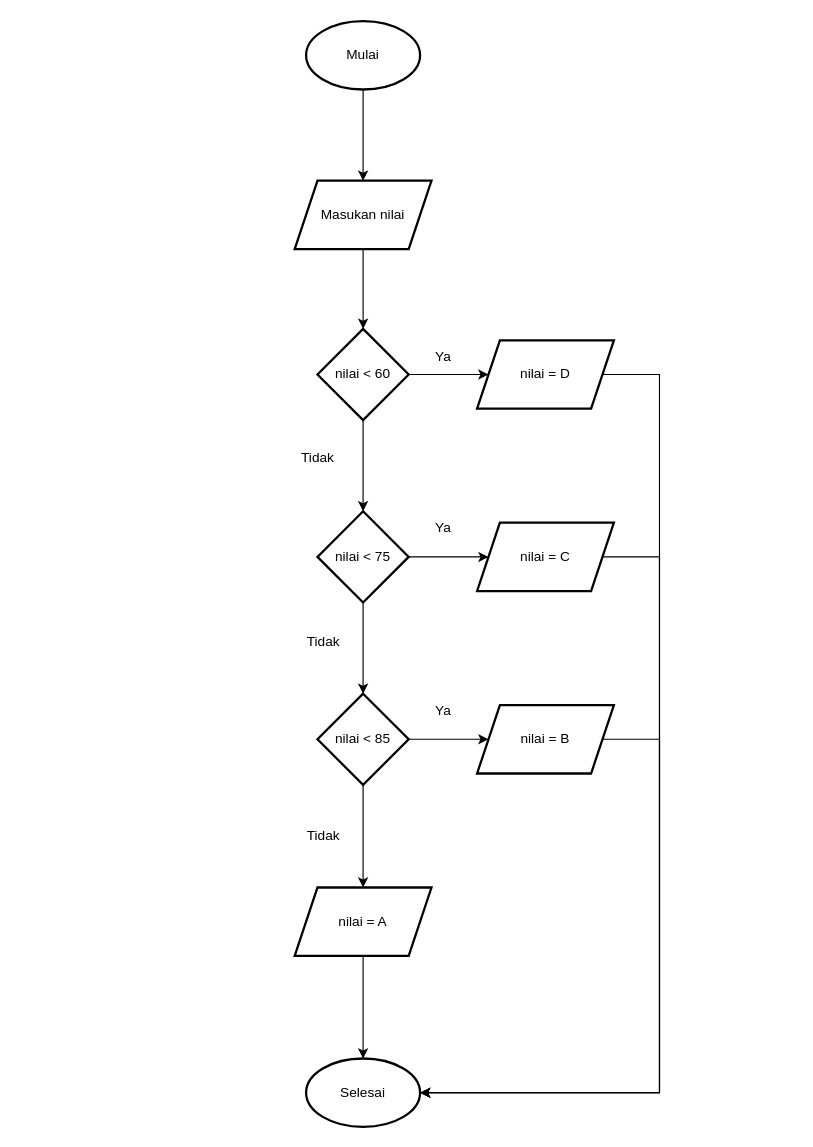
Above: page "Task Nilai" (2 of 3) of flowchart.drawio in lukymulana/flowchart (draw.io), before the change. Source tidied: cells renumbered, new cells numbered last; positions are measured from the earlier drawing's top-left corner, leaving out a move shared by most shapes. Both pictures are drawn from the tidied source at 114%, with x=0, y=0 at pixel (288, 21).
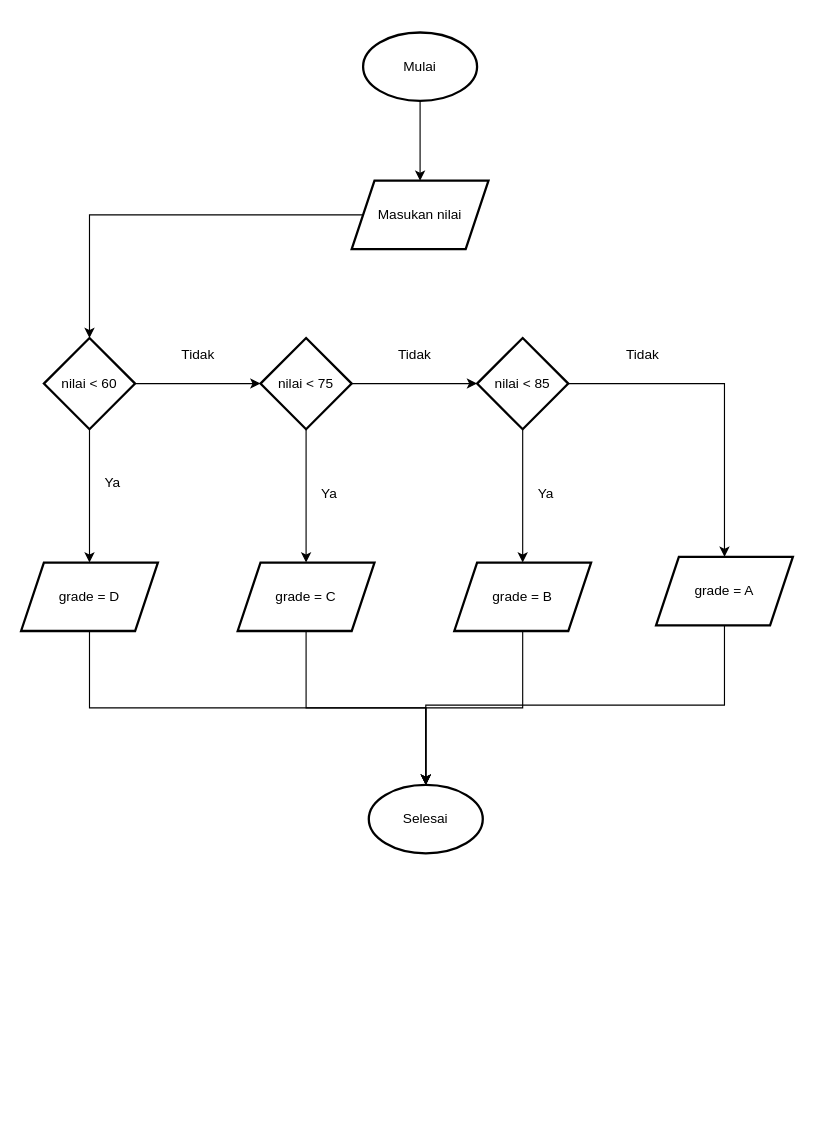
The same page after the edit.

Change to the diagram source:
```diff
@@
     <mxCell id="3" value="Mulai" style="strokeWidth=2;html=1;shape=mxgraph.flowchart.start_1;whiteSpace=wrap;" parent="1" vertex="1">
-      <mxGeometry x="15" width="100" height="60" as="geometry" />
+      <mxGeometry x="65" y="10" width="100" height="60" as="geometry" />
     </mxCell>
@@
     <mxCell id="5" value="Masukan nilai" style="shape=parallelogram;perimeter=parallelogramPerimeter;whiteSpace=wrap;html=1;fixedSize=1;strokeWidth=2;" parent="1" vertex="1">
-      <mxGeometry x="5" y="140" width="120" height="60" as="geometry" />
+      <mxGeometry x="55" y="140" width="120" height="60" as="geometry" />
     </mxCell>
@@
     <mxCell id="8" value="nilai &amp;lt; 60" style="rhombus;whiteSpace=wrap;html=1;strokeWidth=2;" parent="1" vertex="1">
-      <mxGeometry x="25" y="270" width="80" height="80" as="geometry" />
+      <mxGeometry x="-215" y="278" width="80" height="80" as="geometry" />
     </mxCell>
@@
     <mxCell id="11" value="nilai &amp;lt; 75" style="rhombus;whiteSpace=wrap;html=1;strokeWidth=2;" parent="1" vertex="1">
-      <mxGeometry x="25" y="430" width="80" height="80" as="geometry" />
+      <mxGeometry x="-25" y="278" width="80" height="80" as="geometry" />
     </mxCell>
+    <mxCell id="21" style="edgeStyle=orthogonalEdgeStyle;rounded=0;jettySize=auto;html=1;exitX=0.5;exitY=1;exitDx=0;exitDy=0;" parent="1" edge="1" source="12" target="20">
+      <mxGeometry relative="1" as="geometry" />
+    </mxCell>
-    <mxCell id="12" value="nilai = D" style="shape=parallelogram;perimeter=parallelogramPerimeter;whiteSpace=wrap;html=1;fixedSize=1;strokeWidth=2;" parent="1" vertex="1">
-      <mxGeometry x="165" y="280" width="120" height="60" as="geometry" />
+    <mxCell id="12" value="grade = D" style="shape=parallelogram;perimeter=parallelogramPerimeter;whiteSpace=wrap;html=1;fixedSize=1;strokeWidth=2;" parent="1" vertex="1">
+      <mxGeometry x="-235" y="475" width="120" height="60" as="geometry" />
     </mxCell>
-    <mxCell id="13" value="nilai = C" style="shape=parallelogram;perimeter=parallelogramPerimeter;whiteSpace=wrap;html=1;fixedSize=1;strokeWidth=2;" parent="1" vertex="1">
-      <mxGeometry x="165" y="440" width="120" height="60" as="geometry" />
+    <mxCell id="13" value="grade = C" style="shape=parallelogram;perimeter=parallelogramPerimeter;whiteSpace=wrap;html=1;fixedSize=1;strokeWidth=2;" parent="1" vertex="1">
+      <mxGeometry x="-45" y="475" width="120" height="60" as="geometry" />
     </mxCell>
@@
     <mxCell id="16" value="nilai &amp;lt; 85" style="rhombus;whiteSpace=wrap;html=1;strokeWidth=2;" parent="1" vertex="1">
-      <mxGeometry x="25" y="590" width="80" height="80" as="geometry" />
+      <mxGeometry x="165" y="278" width="80" height="80" as="geometry" />
     </mxCell>
-    <mxCell id="17" value="nilai = B" style="shape=parallelogram;perimeter=parallelogramPerimeter;whiteSpace=wrap;html=1;fixedSize=1;strokeWidth=2;" parent="1" vertex="1">
-      <mxGeometry x="165" y="600" width="120" height="60" as="geometry" />
+    <mxCell id="17" value="grade = B" style="shape=parallelogram;perimeter=parallelogramPerimeter;whiteSpace=wrap;html=1;fixedSize=1;strokeWidth=2;" parent="1" vertex="1">
+      <mxGeometry x="145" y="475" width="120" height="60" as="geometry" />
     </mxCell>
-    <mxCell id="18" style="edgeStyle=orthogonalEdgeStyle;rounded=0;jettySize=auto;html=1;" parent="1" edge="1" source="19" target="20">
-      <mxGeometry relative="1" as="geometry" />
-    </mxCell>
-    <mxCell id="19" value="nilai = A" style="shape=parallelogram;perimeter=parallelogramPerimeter;whiteSpace=wrap;html=1;fixedSize=1;strokeWidth=2;" parent="1" vertex="1">
-      <mxGeometry x="5" y="760" width="120" height="60" as="geometry" />
+    <mxCell id="19" value="grade = A" style="shape=parallelogram;perimeter=parallelogramPerimeter;whiteSpace=wrap;html=1;fixedSize=1;strokeWidth=2;" parent="1" vertex="1">
+      <mxGeometry x="322" y="470" width="120" height="60" as="geometry" />
     </mxCell>
     <mxCell id="20" value="Selesai" style="strokeWidth=2;html=1;shape=mxgraph.flowchart.start_1;whiteSpace=wrap;" parent="1" vertex="1">
-      <mxGeometry x="15" y="910" width="100" height="60" as="geometry" />
+      <mxGeometry x="70" y="670" width="100" height="60" as="geometry" />
     </mxCell>
-    <mxCell id="21" style="edgeStyle=orthogonalEdgeStyle;rounded=0;jettySize=auto;html=1;entryX=1;entryY=0.5;entryDx=0;entryDy=0;entryPerimeter=0;" parent="1" edge="1" source="12" target="20">
-      <mxGeometry relative="1" as="geometry">
-        <Array as="points">
-          <mxPoint x="325" y="310" />
-          <mxPoint x="325" y="940" />
-        </Array>
-      </mxGeometry>
-    </mxCell>
-    <mxCell id="22" style="edgeStyle=orthogonalEdgeStyle;rounded=0;jettySize=auto;html=1;entryX=1;entryY=0.5;entryDx=0;entryDy=0;entryPerimeter=0;" parent="1" edge="1" source="13" target="20">
-      <mxGeometry relative="1" as="geometry">
-        <Array as="points">
-          <mxPoint x="325" y="470" />
-          <mxPoint x="325" y="940" />
-        </Array>
-      </mxGeometry>
-    </mxCell>
-    <mxCell id="23" style="edgeStyle=orthogonalEdgeStyle;rounded=0;jettySize=auto;html=1;entryX=1;entryY=0.5;entryDx=0;entryDy=0;entryPerimeter=0;" parent="1" edge="1" source="17" target="20">
-      <mxGeometry relative="1" as="geometry">
-        <Array as="points">
-          <mxPoint x="325" y="630" />
-          <mxPoint x="325" y="940" />
-        </Array>
-      </mxGeometry>
-    </mxCell>
     <mxCell id="24" value="Ya" style="text;html=1;align=center;verticalAlign=middle;strokeColor=none;fillColor=none;" parent="1" vertex="1">
-      <mxGeometry x="115" y="280" width="40" height="30" as="geometry" />
+      <mxGeometry x="205" y="400" width="40" height="30" as="geometry" />
     </mxCell>
     <mxCell id="25" value="Tidak" style="text;html=1;align=center;verticalAlign=middle;strokeColor=none;fillColor=none;" parent="1" vertex="1">
-      <mxGeometry y="368" width="50" height="30" as="geometry" />
+      <mxGeometry x="-105" y="278" width="50" height="30" as="geometry" />
     </mxCell>
     <mxCell id="26" value="Ya" style="text;html=1;align=center;verticalAlign=middle;strokeColor=none;fillColor=none;" parent="1" vertex="1">
-      <mxGeometry x="115" y="430" width="40" height="30" as="geometry" />
+      <mxGeometry x="15" y="400" width="40" height="30" as="geometry" />
     </mxCell>
     <mxCell id="27" value="Ya" style="text;html=1;align=center;verticalAlign=middle;strokeColor=none;fillColor=none;" parent="1" vertex="1">
-      <mxGeometry x="115" y="590" width="40" height="30" as="geometry" />
+      <mxGeometry x="-175" y="390" width="40" height="30" as="geometry" />
     </mxCell>
     <mxCell id="28" value="Tidak" style="text;html=1;align=center;verticalAlign=middle;strokeColor=none;fillColor=none;" parent="1" vertex="1">
-      <mxGeometry x="5" y="530" width="50" height="30" as="geometry" />
+      <mxGeometry x="285" y="278" width="50" height="30" as="geometry" />
     </mxCell>
     <mxCell id="29" value="Tidak" style="text;html=1;align=center;verticalAlign=middle;strokeColor=none;fillColor=none;" parent="1" vertex="1">
-      <mxGeometry x="5" y="700" width="50" height="30" as="geometry" />
+      <mxGeometry x="85" y="278" width="50" height="30" as="geometry" />
     </mxCell>
+    <mxCell id="22" style="edgeStyle=orthogonalEdgeStyle;rounded=0;jettySize=auto;html=1;entryX=0.5;entryY=0;entryDx=0;entryDy=0;entryPerimeter=0;" parent="1" edge="1" source="13" target="20">
+      <mxGeometry relative="1" as="geometry" />
+    </mxCell>
+    <mxCell id="23" style="edgeStyle=orthogonalEdgeStyle;rounded=0;jettySize=auto;html=1;entryX=0.5;entryY=0;entryDx=0;entryDy=0;entryPerimeter=0;" parent="1" edge="1" source="17" target="20">
+      <mxGeometry relative="1" as="geometry" />
+    </mxCell>
+    <mxCell id="18" style="edgeStyle=orthogonalEdgeStyle;rounded=0;jettySize=auto;html=1;entryX=0.5;entryY=0;entryDx=0;entryDy=0;entryPerimeter=0;exitX=0.5;exitY=1;exitDx=0;exitDy=0;" parent="1" edge="1" source="19" target="20">
+      <mxGeometry relative="1" as="geometry">
+        <Array as="points">
+          <mxPoint x="382" y="600" />
+          <mxPoint x="120" y="600" />
+        </Array>
+      </mxGeometry>
+    </mxCell>
```
